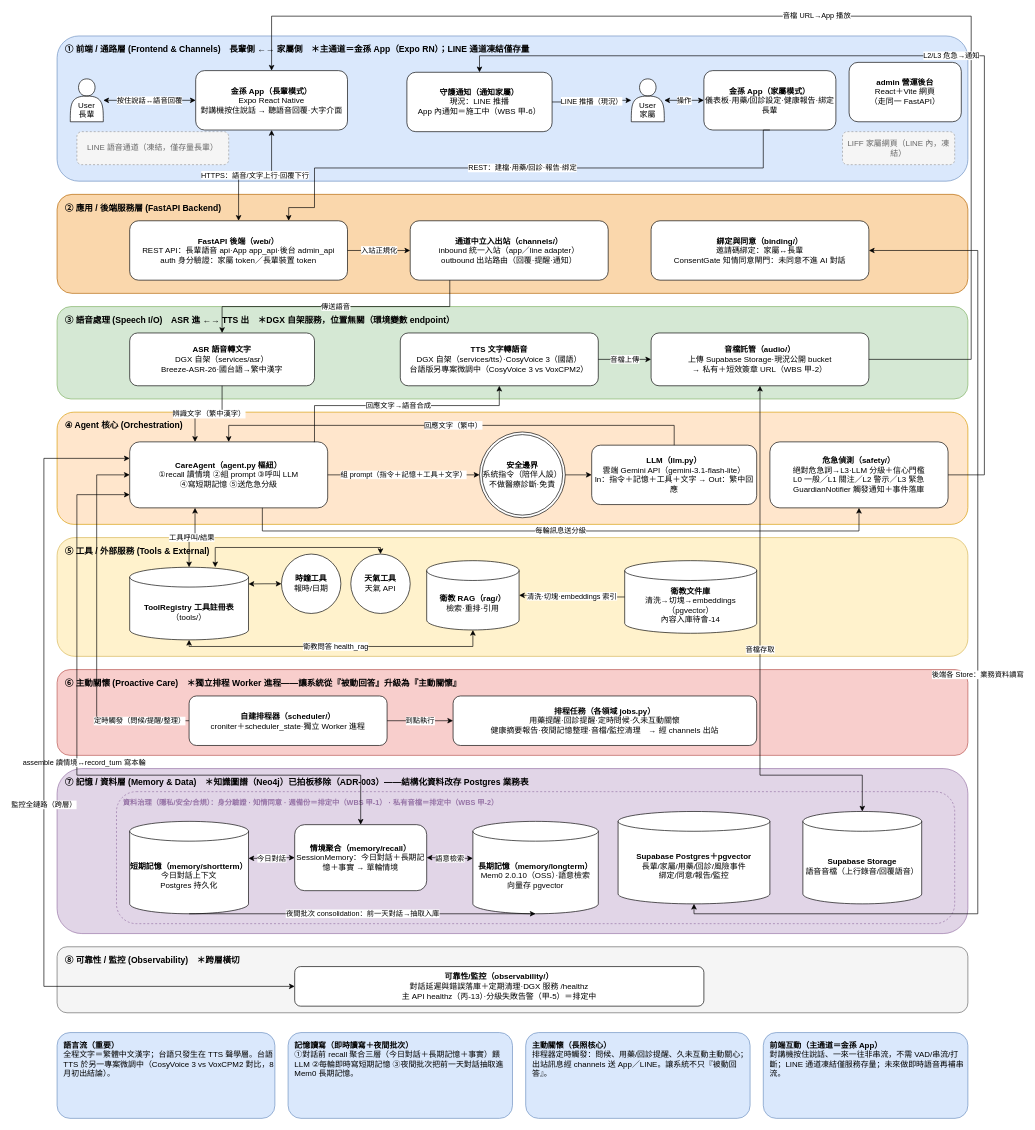
Earlier version of the draw.io diagram docs/長輩看護系統架構-分層版.drawio (leo53021313/kinsun). Source tidied: cells renumbered, new cells numbered last; positions are measured from the earlier drawing's top-left corner, leaving out a move shared by most shapes. Both pictures are drawn from the tidied source at 66%, with x=0, y=0 at pixel (44, 16).
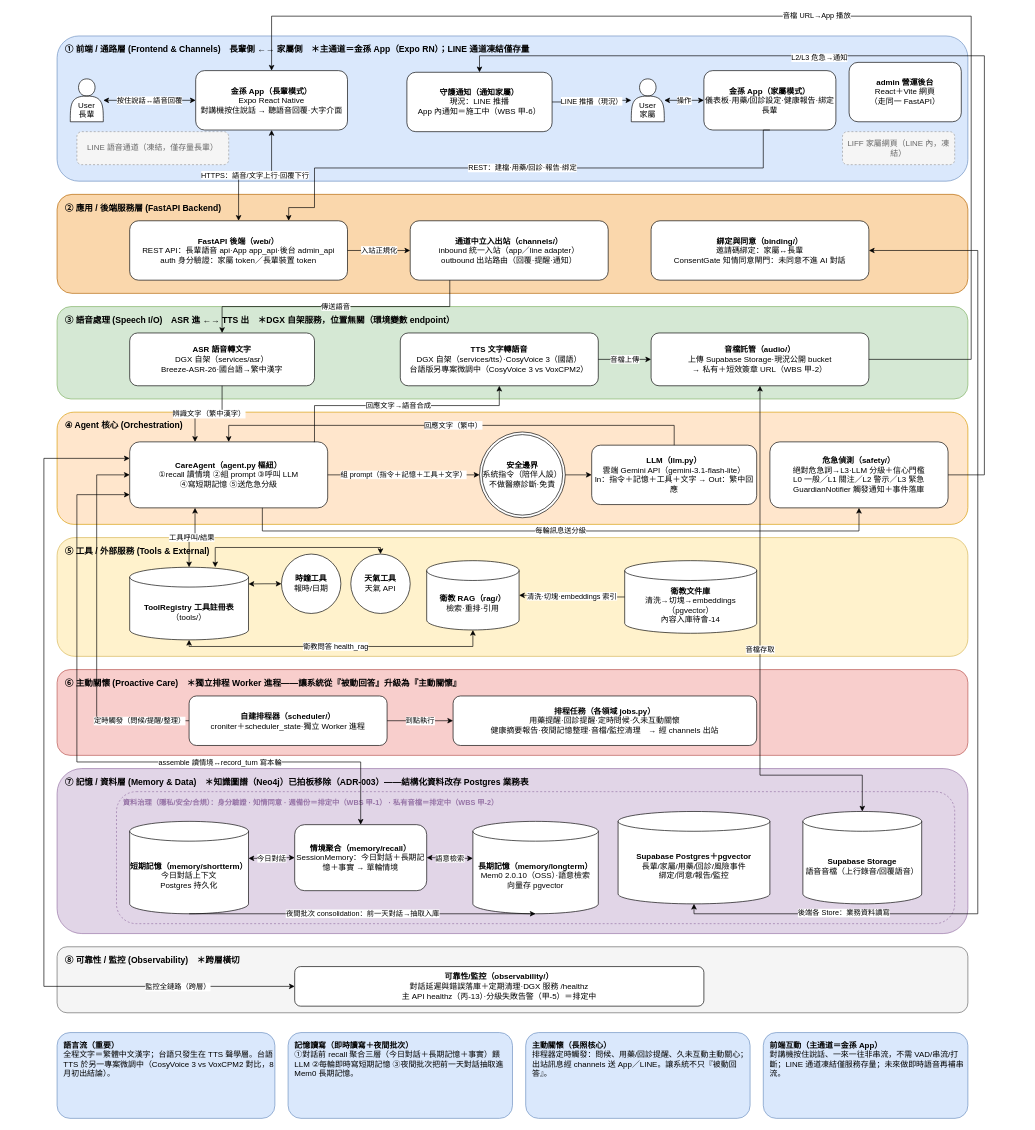
The same diagram, later.

Commit message (it also covers changes not shown here):
更新架構圖

Unchanged cells that the change refers to:
```xml
<mxCell id="13" value="&lt;b&gt;守護通知（通知家屬）&lt;/b&gt;&lt;div&gt;現況：LINE 推播&lt;/div&gt;&lt;div&gt;App 內通知＝施工中（WBS 甲-6）&lt;/div&gt;" style="rounded=1;whiteSpace=wrap;html=1;" parent="1" vertex="1">
  <mxGeometry x="550" y="85" width="220" height="90" as="geometry" />
</mxCell>
<mxCell id="20" value="&lt;b&gt;綁定與同意（binding/）&lt;/b&gt;&lt;div&gt;邀請碼綁定：家屬↔長輩&lt;/div&gt;&lt;div&gt;ConsentGate 知情同意閘門：未同意不進 AI 對話&lt;/div&gt;" style="rounded=1;whiteSpace=wrap;html=1;" parent="1" vertex="1">
  <mxGeometry x="920" y="310" width="330" height="90" as="geometry" />
</mxCell>
<mxCell id="24" value="&lt;b&gt;CareAgent（agent.py 樞紐）&lt;/b&gt;&lt;div&gt;①recall 讀情境 ②組 prompt ③呼叫 LLM&lt;/div&gt;&lt;div&gt;④寫短期記憶 ⑤送危急分級&lt;/div&gt;" style="rounded=1;whiteSpace=wrap;html=1;" parent="1" vertex="1">
  <mxGeometry x="130" y="645" width="300" height="100" as="geometry" />
</mxCell>
<mxCell id="27" value="&lt;b&gt;危急偵測（safety/）&lt;/b&gt;&lt;div&gt;絕對危急詞→L3·LLM 分級＋信心門檻&lt;/div&gt;&lt;div&gt;L0 一般／L1 關注／L2 警示／L3 緊急&lt;/div&gt;&lt;div&gt;GuardianNotifier 觸發通知＋事件落庫&lt;/div&gt;" style="rounded=1;whiteSpace=wrap;html=1;" parent="1" vertex="1">
  <mxGeometry x="1100" y="645" width="270" height="100" as="geometry" />
</mxCell>
<mxCell id="37" value="&lt;b&gt;情境聚合（memory/recall）&lt;/b&gt;&lt;div&gt;SessionMemory：今日對話＋長期記憶＋事實 → 單輪情境&lt;/div&gt;" style="rounded=1;whiteSpace=wrap;html=1;" parent="1" vertex="1">
  <mxGeometry x="380" y="1225" width="200" height="100" as="geometry" />
</mxCell>
<mxCell id="39" value="&lt;b&gt;Supabase Postgres＋pgvector&lt;/b&gt;&lt;div&gt;長輩/家屬/用藥/回診/風險事件&lt;/div&gt;&lt;div&gt;綁定/同意/報告/監控&lt;/div&gt;" style="shape=cylinder3;whiteSpace=wrap;html=1;boundedLbl=1;backgroundOutline=1;size=15;" parent="1" vertex="1">
  <mxGeometry x="870" y="1205" width="230" height="140" as="geometry" />
</mxCell>
<mxCell id="41" value="&lt;b&gt;可靠性/監控（observability/）&lt;/b&gt;&lt;div&gt;對話延遲與錯誤落庫＋定期清理·DGX 服務 /healthz&lt;/div&gt;&lt;div&gt;主 API healthz（丙-13）·分級失敗告警（甲-5）＝排定中&lt;/div&gt;" style="rounded=1;whiteSpace=wrap;html=1;" parent="1" vertex="1">
  <mxGeometry x="380" y="1440" width="620" height="60" as="geometry" />
</mxCell>
```

Diff of the diagram source:
```diff
@@
-    <mxCell id="54" value="L2/L3 危急→通知" style="edgeStyle=orthogonalEdgeStyle;rounded=0;html=1;exitX=1;exitY=0.5;entryX=0.5;entryY=0;" parent="1" edge="1" source="27" target="13">
+    <mxCell id="54" style="edgeStyle=orthogonalEdgeStyle;rounded=0;html=1;exitX=1;exitY=0.5;entryX=0.5;entryY=0;" parent="1" edge="1" source="27" target="13">
       <mxGeometry relative="1" as="geometry">
         <Array as="points">
           <mxPoint x="1425" y="695" />
           <mxPoint x="1425" y="60" />
           <mxPoint x="660" y="60" />
           <mxPoint x="660" y="85" />
         </Array>
       </mxGeometry>
     </mxCell>
+    <mxCell id="78" value="L2/L3 危急→通知" style="edgeLabel;html=1;align=center;verticalAlign=middle;" parent="54" vertex="1">
+      <mxGeometry x="0.27" y="2" relative="1" as="geometry">
+        <mxPoint x="-1" as="offset" />
+      </mxGeometry>
+    </mxCell>
@@
     <mxCell id="66" style="edgeStyle=orthogonalEdgeStyle;rounded=0;html=1;startArrow=classic;startFill=1;exitX=0;exitY=0.8;entryX=0.5;entryY=0;" parent="1" edge="1" source="24" target="37">
       <mxGeometry relative="1" as="geometry">
         <Array as="points">
           <mxPoint x="50" y="725" />
-          <mxPoint x="50" y="1150" />
-          <mxPoint x="480" y="1150" />
+          <mxPoint x="50" y="1130" />
+          <mxPoint x="480" y="1130" />
         </Array>
       </mxGeometry>
     </mxCell>
     <mxCell id="67" value="assemble 讀情境↔record_turn 寫本輪" style="edgeLabel;html=1;align=center;verticalAlign=middle;" parent="66" vertex="1">
-      <mxGeometry x="-0.04" y="-1" relative="1" as="geometry">
-        <mxPoint x="11" as="offset" />
+      <mxGeometry x="0.39" relative="1" as="geometry">
+        <mxPoint x="-1" as="offset" />
       </mxGeometry>
     </mxCell>
@@
-    <mxCell id="71" value="後端各 Store：業務資料讀寫" style="edgeStyle=orthogonalEdgeStyle;rounded=0;html=1;startArrow=classic;startFill=1;exitX=1;exitY=0.5;entryX=0.5;entryY=1;" parent="1" edge="1" source="20" target="39">
+    <mxCell id="71" style="edgeStyle=orthogonalEdgeStyle;rounded=0;html=1;startArrow=classic;startFill=1;exitX=1;exitY=0.5;entryX=0.5;entryY=1;" parent="1" edge="1" source="20" target="39">
       <mxGeometry relative="1" as="geometry">
         <Array as="points">
           <mxPoint x="1415" y="355" />
           <mxPoint x="1415" y="1360" />
           <mxPoint x="985" y="1360" />
         </Array>
       </mxGeometry>
     </mxCell>
+    <mxCell id="79" value="後端各 Store：業務資料讀寫" style="edgeLabel;html=1;align=center;verticalAlign=middle;" parent="71" vertex="1">
+      <mxGeometry x="0.7" y="-2" relative="1" as="geometry">
+        <mxPoint x="-1" as="offset" />
+      </mxGeometry>
+    </mxCell>
@@
-    <mxCell id="73" value="監控全鏈路（跨層）" style="edgeStyle=orthogonalEdgeStyle;rounded=0;html=1;startArrow=classic;startFill=1;exitX=0;exitY=0.5;entryX=0;entryY=0.25;" parent="1" edge="1" source="41" target="24">
+    <mxCell id="73" style="edgeStyle=orthogonalEdgeStyle;rounded=0;html=1;startArrow=classic;startFill=1;exitX=0;exitY=0.5;entryX=0;entryY=0.25;" parent="1" edge="1" source="41" target="24">
       <mxGeometry relative="1" as="geometry">
         <Array as="points">
           <mxPoint y="1470" />
           <mxPoint y="670" />
         </Array>
       </mxGeometry>
     </mxCell>
+    <mxCell id="80" value="監控全鏈路（跨層）" style="edgeLabel;html=1;align=center;verticalAlign=middle;" parent="73" vertex="1">
+      <mxGeometry x="-0.73" relative="1" as="geometry">
+        <mxPoint x="-1" as="offset" />
+      </mxGeometry>
+    </mxCell>
```
